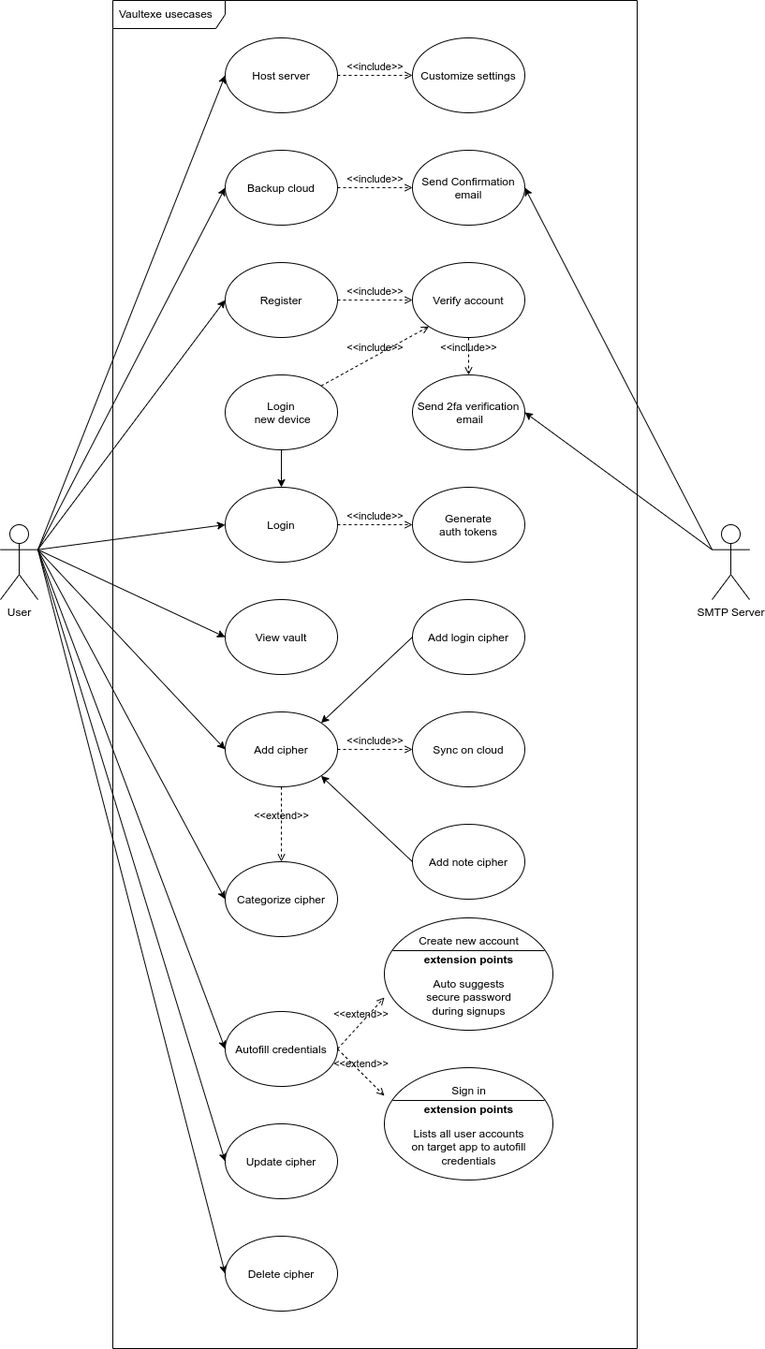
Earlier version of the draw.io export usecase.drawio.png (Vaultexe/diagrams). Source tidied: cells renumbered, new cells last; positions are measured from the earlier drawing's top-left corner, leaving out a move shared by most shapes.
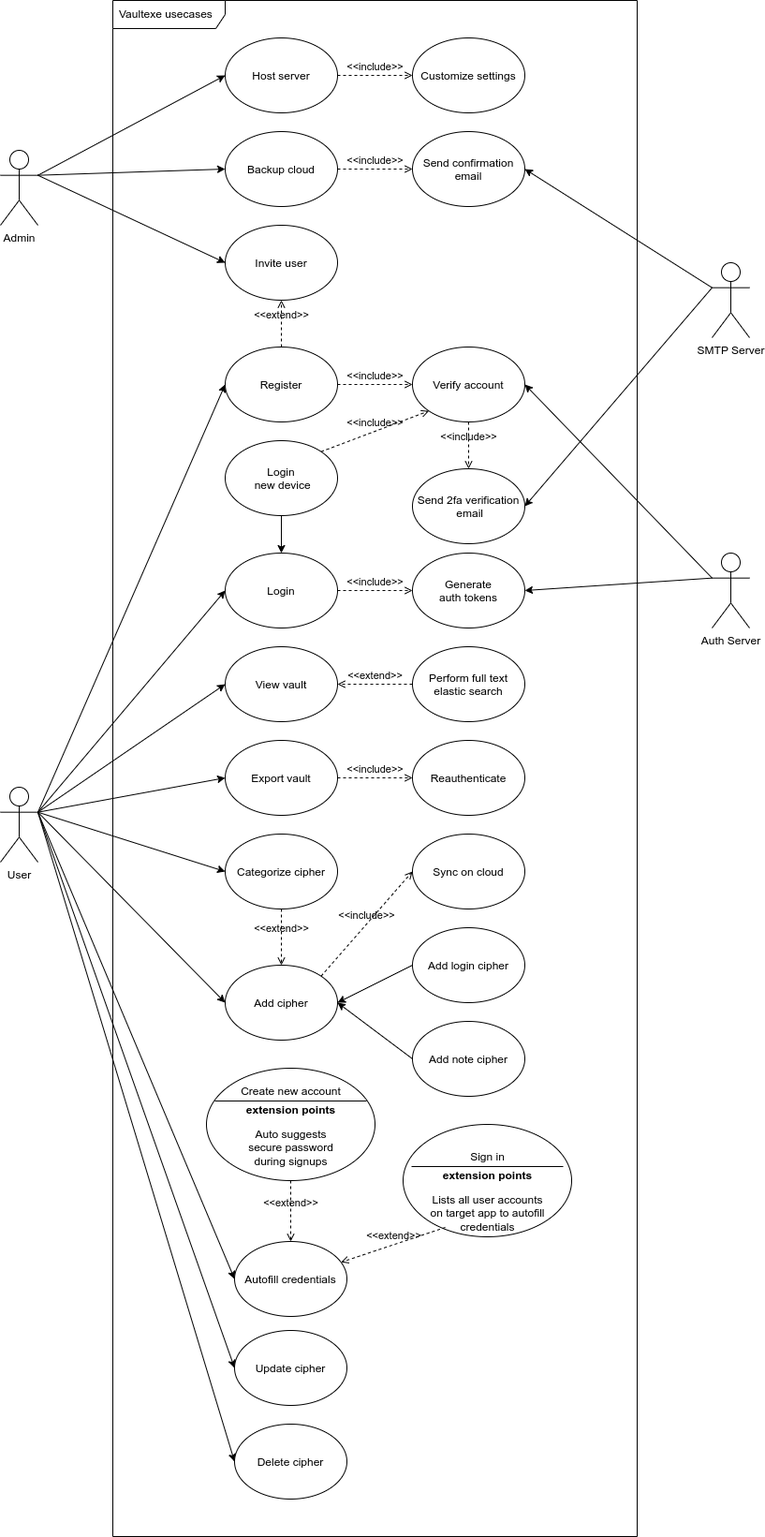
After the change.

Change to the diagram source:
```diff
@@ -3,7 +3,7 @@
     <mxCell id="0" />
     <mxCell id="1" parent="0" />
     <mxCell id="2" value="Vaultexe usecases" style="shape=umlFrame;whiteSpace=wrap;html=1;width=120;height=30;boundedLbl=1;verticalAlign=middle;align=left;spacingLeft=5;rounded=0;" parent="1" vertex="1">
-      <mxGeometry x="120" width="560" height="1440" as="geometry" />
+      <mxGeometry x="120" width="560" height="1640" as="geometry" />
     </mxCell>
     <mxCell id="3" style="edgeStyle=none;html=1;exitX=1;exitY=0.3333333333333333;exitDx=0;exitDy=0;exitPerimeter=0;entryX=0;entryY=0.5;entryDx=0;entryDy=0;rounded=0;" parent="1" edge="1" source="13" target="14">
       <mxGeometry relative="1" as="geometry" />
@@ -23,26 +23,23 @@
     <mxCell id="8" style="edgeStyle=none;html=1;exitX=1;exitY=0.3333333333333333;exitDx=0;exitDy=0;exitPerimeter=0;entryX=0;entryY=0.5;entryDx=0;entryDy=0;rounded=0;" parent="1" edge="1" source="13" target="26">
       <mxGeometry relative="1" as="geometry" />
     </mxCell>
-    <mxCell id="9" style="edgeStyle=none;html=1;exitX=1;exitY=0.3333333333333333;exitDx=0;exitDy=0;exitPerimeter=0;entryX=0;entryY=0.5;entryDx=0;entryDy=0;rounded=0;" parent="1" edge="1" source="13" target="27">
-      <mxGeometry relative="1" as="geometry" />
-    </mxCell>
-    <mxCell id="10" style="edgeStyle=none;html=1;exitX=1;exitY=0.3333333333333333;exitDx=0;exitDy=0;exitPerimeter=0;entryX=0;entryY=0.5;entryDx=0;entryDy=0;" parent="1" edge="1" source="13" target="41">
-      <mxGeometry relative="1" as="geometry" />
-    </mxCell>
     <mxCell id="11" style="edgeStyle=none;html=1;exitX=1;exitY=0.3333333333333333;exitDx=0;exitDy=0;exitPerimeter=0;entryX=0;entryY=0.5;entryDx=0;entryDy=0;" parent="1" edge="1" source="13" target="44">
       <mxGeometry relative="1" as="geometry" />
     </mxCell>
     <mxCell id="12" style="edgeStyle=none;html=1;exitX=1;exitY=0.3333333333333333;exitDx=0;exitDy=0;exitPerimeter=0;entryX=0;entryY=0.5;entryDx=0;entryDy=0;" parent="1" edge="1" source="13" target="57">
       <mxGeometry relative="1" as="geometry" />
     </mxCell>
+    <mxCell id="59" style="edgeStyle=none;html=1;exitX=1;exitY=0.3333333333333333;exitDx=0;exitDy=0;exitPerimeter=0;entryX=0;entryY=0.5;entryDx=0;entryDy=0;" parent="1" edge="1" source="13" target="64">
+      <mxGeometry relative="1" as="geometry" />
+    </mxCell>
     <mxCell id="13" value="User" style="shape=umlActor;verticalLabelPosition=bottom;verticalAlign=top;html=1;rounded=0;" parent="1" vertex="1">
-      <mxGeometry y="560" width="40" height="80" as="geometry" />
+      <mxGeometry y="840" width="40" height="80" as="geometry" />
     </mxCell>
     <mxCell id="14" value="Register" style="ellipse;rounded=0;" parent="1" vertex="1">
-      <mxGeometry x="240" y="280" width="120" height="80" as="geometry" />
+      <mxGeometry x="240" y="370" width="120" height="80" as="geometry" />
     </mxCell>
     <mxCell id="15" value="Login" style="ellipse;rounded=0;" parent="1" vertex="1">
-      <mxGeometry x="240" y="520" width="120" height="80" as="geometry" />
+      <mxGeometry x="240" y="590" width="120" height="80" as="geometry" />
     </mxCell>
     <mxCell id="16" style="edgeStyle=none;html=1;exitX=0;exitY=0.3333333333333333;exitDx=0;exitDy=0;exitPerimeter=0;entryX=1;entryY=0.5;entryDx=0;entryDy=0;rounded=0;" parent="1" edge="1" source="18" target="29">
       <mxGeometry relative="1" as="geometry" />
@@ -51,40 +48,40 @@
       <mxGeometry relative="1" as="geometry" />
     </mxCell>
     <mxCell id="18" value="SMTP Server" style="shape=umlActor;verticalLabelPosition=bottom;verticalAlign=top;html=1;rounded=0;" parent="1" vertex="1">
-      <mxGeometry x="760" y="560" width="40" height="80" as="geometry" />
+      <mxGeometry x="760" y="280" width="40" height="80" as="geometry" />
     </mxCell>
     <mxCell id="19" value="Add cipher" style="ellipse;rounded=0;" parent="1" vertex="1">
-      <mxGeometry x="240" y="760" width="120" height="80" as="geometry" />
+      <mxGeometry x="240" y="1030" width="120" height="80" as="geometry" />
     </mxCell>
-    <mxCell id="20" style="edgeStyle=none;html=1;entryX=1;entryY=1;entryDx=0;entryDy=0;rounded=0;exitX=0;exitY=0.5;exitDx=0;exitDy=0;" parent="1" edge="1" source="21" target="19">
+    <mxCell id="20" style="edgeStyle=none;html=1;entryX=1;entryY=0.5;entryDx=0;entryDy=0;rounded=0;exitX=0;exitY=0.5;exitDx=0;exitDy=0;" parent="1" edge="1" source="21" target="19">
       <mxGeometry relative="1" as="geometry" />
     </mxCell>
     <mxCell id="21" value="Add note cipher" style="ellipse;rounded=0;" parent="1" vertex="1">
-      <mxGeometry x="440" y="880" width="120" height="80" as="geometry" />
+      <mxGeometry x="440" y="1090" width="120" height="80" as="geometry" />
     </mxCell>
-    <mxCell id="22" style="edgeStyle=none;html=1;entryX=1;entryY=0;entryDx=0;entryDy=0;rounded=0;exitX=0;exitY=0.5;exitDx=0;exitDy=0;" parent="1" edge="1" source="23" target="19">
+    <mxCell id="22" style="edgeStyle=none;html=1;entryX=1;entryY=0.5;entryDx=0;entryDy=0;rounded=0;exitX=0;exitY=0.5;exitDx=0;exitDy=0;" parent="1" edge="1" source="23" target="19">
       <mxGeometry relative="1" as="geometry" />
     </mxCell>
     <mxCell id="23" value="Add login cipher" style="ellipse;rounded=0;" parent="1" vertex="1">
-      <mxGeometry x="440" y="640" width="120" height="80" as="geometry" />
+      <mxGeometry x="440" y="990" width="120" height="80" as="geometry" />
     </mxCell>
     <mxCell id="24" value="Update cipher" style="ellipse;rounded=0;" parent="1" vertex="1">
-      <mxGeometry x="240" y="1200" width="120" height="80" as="geometry" />
+      <mxGeometry x="250" y="1420" width="120" height="80" as="geometry" />
     </mxCell>
     <mxCell id="25" value="Delete cipher" style="ellipse;rounded=0;" parent="1" vertex="1">
-      <mxGeometry x="240" y="1320" width="120" height="80" as="geometry" />
+      <mxGeometry x="250" y="1520" width="120" height="80" as="geometry" />
     </mxCell>
     <mxCell id="26" value="View vault" style="ellipse;rounded=0;" parent="1" vertex="1">
-      <mxGeometry x="240" y="640" width="120" height="80" as="geometry" />
+      <mxGeometry x="240" y="690" width="120" height="80" as="geometry" />
     </mxCell>
     <mxCell id="27" value="Host server" style="ellipse;rounded=0;" parent="1" vertex="1">
       <mxGeometry x="240" y="40" width="120" height="80" as="geometry" />
     </mxCell>
     <mxCell id="28" value="Verify account" style="ellipse;rounded=0;" parent="1" vertex="1">
-      <mxGeometry x="440" y="280" width="120" height="80" as="geometry" />
+      <mxGeometry x="440" y="370" width="120" height="80" as="geometry" />
     </mxCell>
     <mxCell id="29" value="Send 2fa verification&#10; email" style="ellipse;rounded=0;" parent="1" vertex="1">
-      <mxGeometry x="440" y="400" width="120" height="80" as="geometry" />
+      <mxGeometry x="440" y="500" width="120" height="80" as="geometry" />
     </mxCell>
     <mxCell id="30" value="&amp;lt;&amp;lt;include&amp;gt;&amp;gt;" style="html=1;verticalAlign=bottom;labelBackgroundColor=none;endArrow=open;endFill=0;dashed=1;exitX=1;exitY=0.5;exitDx=0;exitDy=0;entryX=0;entryY=0.5;entryDx=0;entryDy=0;rounded=0;" parent="1" edge="1" source="14" target="28">
       <mxGeometry relative="1" as="geometry" />
@@ -93,13 +90,13 @@
       <mxGeometry relative="1" as="geometry" />
     </mxCell>
     <mxCell id="32" value="Generate&#10;auth tokens" style="ellipse;rounded=0;" parent="1" vertex="1">
-      <mxGeometry x="440" y="520" width="120" height="80" as="geometry" />
+      <mxGeometry x="440" y="590" width="120" height="80" as="geometry" />
     </mxCell>
     <mxCell id="33" style="edgeStyle=none;html=1;exitX=0.5;exitY=1;exitDx=0;exitDy=0;entryX=0.5;entryY=0;entryDx=0;entryDy=0;rounded=0;" parent="1" edge="1" source="34" target="15">
       <mxGeometry relative="1" as="geometry" />
     </mxCell>
     <mxCell id="34" value="Login&#10; new device" style="ellipse;rounded=0;" parent="1" vertex="1">
-      <mxGeometry x="240" y="400" width="120" height="80" as="geometry" />
+      <mxGeometry x="240" y="470" width="120" height="80" as="geometry" />
     </mxCell>
     <mxCell id="35" value="&amp;lt;&amp;lt;include&amp;gt;&amp;gt;" style="html=1;verticalAlign=bottom;labelBackgroundColor=none;endArrow=open;endFill=0;dashed=1;exitX=1;exitY=0;exitDx=0;exitDy=0;entryX=0;entryY=1;entryDx=0;entryDy=0;rounded=0;" parent="1" edge="1" source="34" target="28">
       <mxGeometry relative="1" as="geometry" />
@@ -108,9 +105,9 @@
       <mxGeometry relative="1" as="geometry" />
     </mxCell>
     <mxCell id="37" value="Sync on cloud" style="ellipse;rounded=0;" parent="1" vertex="1">
-      <mxGeometry x="440" y="760" width="120" height="80" as="geometry" />
+      <mxGeometry x="440" y="890" width="120" height="80" as="geometry" />
     </mxCell>
-    <mxCell id="38" value="&amp;lt;&amp;lt;include&amp;gt;&amp;gt;" style="html=1;verticalAlign=bottom;labelBackgroundColor=none;endArrow=open;endFill=0;dashed=1;exitX=1;exitY=0.5;exitDx=0;exitDy=0;entryX=0;entryY=0.5;entryDx=0;entryDy=0;rounded=0;" parent="1" edge="1" source="19" target="37">
+    <mxCell id="38" value="&amp;lt;&amp;lt;include&amp;gt;&amp;gt;" style="html=1;verticalAlign=bottom;labelBackgroundColor=none;endArrow=open;endFill=0;dashed=1;exitX=1;exitY=0;exitDx=0;exitDy=0;entryX=0;entryY=0.5;entryDx=0;entryDy=0;rounded=0;" parent="1" edge="1" source="19" target="37">
       <mxGeometry relative="1" as="geometry" />
     </mxCell>
     <mxCell id="39" value="&amp;lt;&amp;lt;include&amp;gt;&amp;gt;" style="html=1;verticalAlign=bottom;labelBackgroundColor=none;endArrow=open;endFill=0;dashed=1;exitX=1;exitY=0.5;exitDx=0;exitDy=0;entryX=0;entryY=0.5;entryDx=0;entryDy=0;" parent="1" edge="1" source="27" target="40">
@@ -120,19 +117,19 @@
       <mxGeometry x="440" y="40" width="120" height="80" as="geometry" />
     </mxCell>
     <mxCell id="41" value="Backup cloud" style="ellipse;rounded=0;" parent="1" vertex="1">
-      <mxGeometry x="240" y="160" width="120" height="80" as="geometry" />
+      <mxGeometry x="240" y="140" width="120" height="80" as="geometry" />
     </mxCell>
-    <mxCell id="42" value="Send Confirmation&#10;email" style="ellipse;rounded=0;" parent="1" vertex="1">
-      <mxGeometry x="440" y="160" width="120" height="80" as="geometry" />
+    <mxCell id="42" value="Send confirmation&#10;email" style="ellipse;rounded=0;" parent="1" vertex="1">
+      <mxGeometry x="440" y="140" width="120" height="80" as="geometry" />
     </mxCell>
     <mxCell id="43" value="&amp;lt;&amp;lt;include&amp;gt;&amp;gt;" style="html=1;verticalAlign=bottom;labelBackgroundColor=none;endArrow=open;endFill=0;dashed=1;exitX=1;exitY=0.5;exitDx=0;exitDy=0;entryX=0;entryY=0.5;entryDx=0;entryDy=0;" parent="1" edge="1" source="41" target="42">
       <mxGeometry relative="1" as="geometry" />
     </mxCell>
     <mxCell id="44" value="Autofill credentials" style="ellipse;rounded=0;" parent="1" vertex="1">
-      <mxGeometry x="240" y="1080" width="120" height="80" as="geometry" />
+      <mxGeometry x="250" y="1325" width="120" height="80" as="geometry" />
     </mxCell>
     <mxCell id="45" style="shape=ellipse;horizontal=1;html=1;dashed=0;" parent="1" vertex="1">
-      <mxGeometry x="410" y="980" width="180" height="120" as="geometry" />
+      <mxGeometry x="220" y="1140" width="180" height="120" as="geometry" />
     </mxCell>
     <mxCell id="46" value="Create new account" style="html=1;strokeColor=none;fillColor=none;align=center;verticalAlign=middle;" parent="45" vertex="1">
       <mxGeometry y="10" width="180" height="30" as="geometry" />
@@ -147,31 +144,73 @@
       <mxGeometry y="70" width="180" height="30" as="geometry" />
     </mxCell>
     <mxCell id="50" style="shape=ellipse;horizontal=1;html=1;dashed=0;" parent="1" vertex="1">
-      <mxGeometry x="410" y="1140" width="180" height="120" as="geometry" />
+      <mxGeometry x="430" y="1200" width="180" height="120" as="geometry" />
     </mxCell>
     <mxCell id="51" value="Sign in" style="html=1;strokeColor=none;fillColor=none;align=center;verticalAlign=middle;" parent="50" vertex="1">
-      <mxGeometry y="10" width="180" height="30" as="geometry" />
+      <mxGeometry y="20" width="180" height="30" as="geometry" />
     </mxCell>
     <mxCell id="52" style="line;strokeWidth=1;fillColor=none;labelPosition=right;dashed=0;" parent="50" vertex="1">
-      <mxGeometry x="9" y="30" width="162" height="10" as="geometry" />
+      <mxGeometry x="9" y="40" width="162" height="10" as="geometry" />
     </mxCell>
     <mxCell id="53" value="extension points" style="text;html=1;align=center;verticalAlign=middle;fillColor=none;strokeColor=none;fontStyle=1;" parent="50" vertex="1">
-      <mxGeometry y="30" width="180" height="30" as="geometry" />
+      <mxGeometry y="40" width="180" height="30" as="geometry" />
     </mxCell>
     <mxCell id="54" value="Lists all user accounts &lt;br&gt;on target app to autofill&lt;br&gt;credentials" style="text;html=1;align=center;verticalAlign=middle;spacingLeft=0;fillColor=none;strokeColor=none;" parent="50" vertex="1">
-      <mxGeometry y="70" width="180" height="30" as="geometry" />
+      <mxGeometry y="80" width="180" height="30" as="geometry" />
     </mxCell>
-    <mxCell id="55" value="&amp;lt;&amp;lt;extend&amp;gt;&amp;gt;" style="html=1;verticalAlign=bottom;labelBackgroundColor=none;endArrow=open;endFill=0;dashed=1;exitX=1;exitY=0.5;exitDx=0;exitDy=0;entryX=0;entryY=0.5;entryDx=0;entryDy=0;" parent="1" edge="1" source="44" target="49">
-      <mxGeometry relative="1" as="geometry" />
-    </mxCell>
-    <mxCell id="56" value="&amp;lt;&amp;lt;extend&amp;gt;&amp;gt;" style="html=1;verticalAlign=bottom;labelBackgroundColor=none;endArrow=open;endFill=0;dashed=1;exitX=1;exitY=0.5;exitDx=0;exitDy=0;entryX=0;entryY=0;entryDx=0;entryDy=0;" parent="1" edge="1" source="44" target="53">
-      <mxGeometry relative="1" as="geometry" />
-    </mxCell>
     <mxCell id="57" value="Categorize cipher" style="ellipse;rounded=0;" parent="1" vertex="1">
-      <mxGeometry x="240" y="920" width="120" height="80" as="geometry" />
+      <mxGeometry x="240" y="890" width="120" height="80" as="geometry" />
     </mxCell>
+    <mxCell id="60" value="Perform full text&#10;elastic search" style="ellipse;rounded=0;" parent="1" vertex="1">
+      <mxGeometry x="440" y="690" width="120" height="80" as="geometry" />
+    </mxCell>
+    <mxCell id="61" style="edgeStyle=none;html=1;exitX=0;exitY=0.3333333333333333;exitDx=0;exitDy=0;exitPerimeter=0;entryX=1;entryY=0.5;entryDx=0;entryDy=0;" parent="1" edge="1" source="63" target="32">
+      <mxGeometry relative="1" as="geometry" />
+    </mxCell>
+    <mxCell id="62" style="edgeStyle=none;html=1;entryX=1;entryY=0.5;entryDx=0;entryDy=0;exitX=0;exitY=0.3333333333333333;exitDx=0;exitDy=0;exitPerimeter=0;" parent="1" edge="1" source="63" target="28">
+      <mxGeometry relative="1" as="geometry" />
+    </mxCell>
+    <mxCell id="63" value="Auth Server" style="shape=umlActor;verticalLabelPosition=bottom;verticalAlign=top;html=1;rounded=0;" parent="1" vertex="1">
+      <mxGeometry x="760" y="590" width="40" height="80" as="geometry" />
+    </mxCell>
+    <mxCell id="64" value="Export vault" style="ellipse;rounded=0;" parent="1" vertex="1">
+      <mxGeometry x="240" y="790" width="120" height="80" as="geometry" />
+    </mxCell>
+    <mxCell id="65" style="edgeStyle=none;html=1;entryX=0;entryY=0.5;entryDx=0;entryDy=0;exitX=1;exitY=0.3333333333333333;exitDx=0;exitDy=0;exitPerimeter=0;" parent="1" edge="1" source="68" target="27">
+      <mxGeometry relative="1" as="geometry" />
+    </mxCell>
+    <mxCell id="66" style="edgeStyle=none;html=1;entryX=0;entryY=0.5;entryDx=0;entryDy=0;exitX=1;exitY=0.3333333333333333;exitDx=0;exitDy=0;exitPerimeter=0;" parent="1" edge="1" source="68" target="71">
+      <mxGeometry relative="1" as="geometry" />
+    </mxCell>
+    <mxCell id="67" style="edgeStyle=none;html=1;entryX=0;entryY=0.5;entryDx=0;entryDy=0;exitX=1;exitY=0.3333333333333333;exitDx=0;exitDy=0;exitPerimeter=0;" parent="1" edge="1" source="68" target="41">
+      <mxGeometry relative="1" as="geometry" />
+    </mxCell>
+    <mxCell id="68" value="Admin" style="shape=umlActor;verticalLabelPosition=bottom;verticalAlign=top;html=1;rounded=0;" parent="1" vertex="1">
+      <mxGeometry y="160" width="40" height="80" as="geometry" />
+    </mxCell>
+    <mxCell id="69" value="Reauthenticate" style="ellipse;rounded=0;" parent="1" vertex="1">
+      <mxGeometry x="440" y="790" width="120" height="80" as="geometry" />
+    </mxCell>
+    <mxCell id="70" value="&amp;lt;&amp;lt;include&amp;gt;&amp;gt;" style="html=1;verticalAlign=bottom;labelBackgroundColor=none;endArrow=open;endFill=0;dashed=1;exitX=1;exitY=0.5;exitDx=0;exitDy=0;entryX=0;entryY=0.5;entryDx=0;entryDy=0;" parent="1" edge="1" source="64" target="69">
+      <mxGeometry relative="1" as="geometry" />
+    </mxCell>
+    <mxCell id="71" value="Invite user" style="ellipse;rounded=0;" parent="1" vertex="1">
+      <mxGeometry x="240" y="240" width="120" height="80" as="geometry" />
+    </mxCell>
+    <mxCell id="72" value="&amp;lt;&amp;lt;extend&amp;gt;&amp;gt;" style="html=1;verticalAlign=bottom;labelBackgroundColor=none;endArrow=open;endFill=0;dashed=1;entryX=0.5;entryY=1;entryDx=0;entryDy=0;exitX=0.5;exitY=0;exitDx=0;exitDy=0;" parent="1" edge="1" source="14" target="71">
+      <mxGeometry relative="1" as="geometry" />
+    </mxCell>
+    <mxCell id="73" value="&amp;lt;&amp;lt;extend&amp;gt;&amp;gt;" style="html=1;verticalAlign=bottom;labelBackgroundColor=none;endArrow=open;endFill=0;dashed=1;entryX=1;entryY=0.5;entryDx=0;entryDy=0;exitX=0;exitY=0.5;exitDx=0;exitDy=0;" parent="1" edge="1" source="60" target="26">
+      <mxGeometry relative="1" as="geometry" />
+    </mxCell>
+    <mxCell id="74" value="&amp;lt;&amp;lt;extend&amp;gt;&amp;gt;" style="html=1;verticalAlign=bottom;labelBackgroundColor=none;endArrow=open;endFill=0;dashed=1;entryX=0.5;entryY=0;entryDx=0;entryDy=0;exitX=0.5;exitY=1;exitDx=0;exitDy=0;" parent="1" edge="1" source="57" target="19">
+      <mxGeometry relative="1" as="geometry" />
+    </mxCell>
-    <mxCell id="58" value="&amp;lt;&amp;lt;extend&amp;gt;&amp;gt;" style="html=1;verticalAlign=bottom;labelBackgroundColor=none;endArrow=open;endFill=0;dashed=1;exitX=0.5;exitY=1;exitDx=0;exitDy=0;entryX=0.5;entryY=0;entryDx=0;entryDy=0;" parent="1" edge="1" source="19" target="57">
+    <mxCell id="58" value="&amp;lt;&amp;lt;extend&amp;gt;&amp;gt;" style="html=1;verticalAlign=bottom;labelBackgroundColor=none;endArrow=open;endFill=0;dashed=1;exitX=0.5;exitY=1;exitDx=0;exitDy=0;entryX=0.5;entryY=0;entryDx=0;entryDy=0;" parent="1" edge="1" source="45" target="44">
       <mxGeometry relative="1" as="geometry" />
     </mxCell>
+    <mxCell id="75" value="&amp;lt;&amp;lt;extend&amp;gt;&amp;gt;" style="html=1;verticalAlign=bottom;labelBackgroundColor=none;endArrow=open;endFill=0;dashed=1;" parent="1" edge="1" source="54" target="44">
+      <mxGeometry relative="1" as="geometry" />
+    </mxCell>
   </root>
 </mxGraphModel>
```
